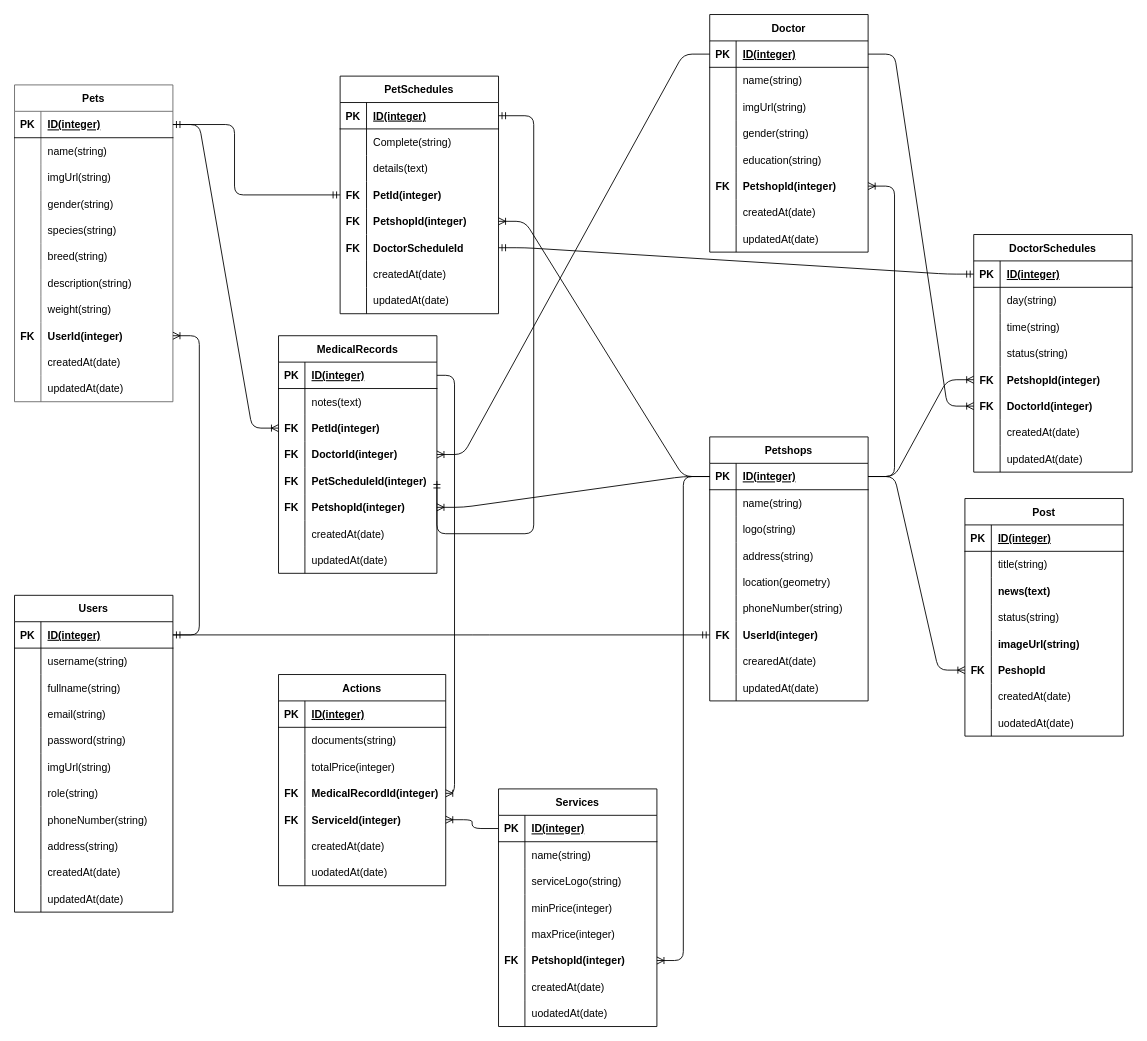
Earlier version of the draw.io diagram petPlus.drawio (Pet-Plus-Hackiv8/fsjs-t1-final-server). Source tidied: cells renumbered, new cells numbered last; positions are measured from the earlier drawing's top-left corner, leaving out a move shared by most shapes. Both pictures are drawn from the tidied source at 88%, with x=0, y=0 at pixel (14, 14).
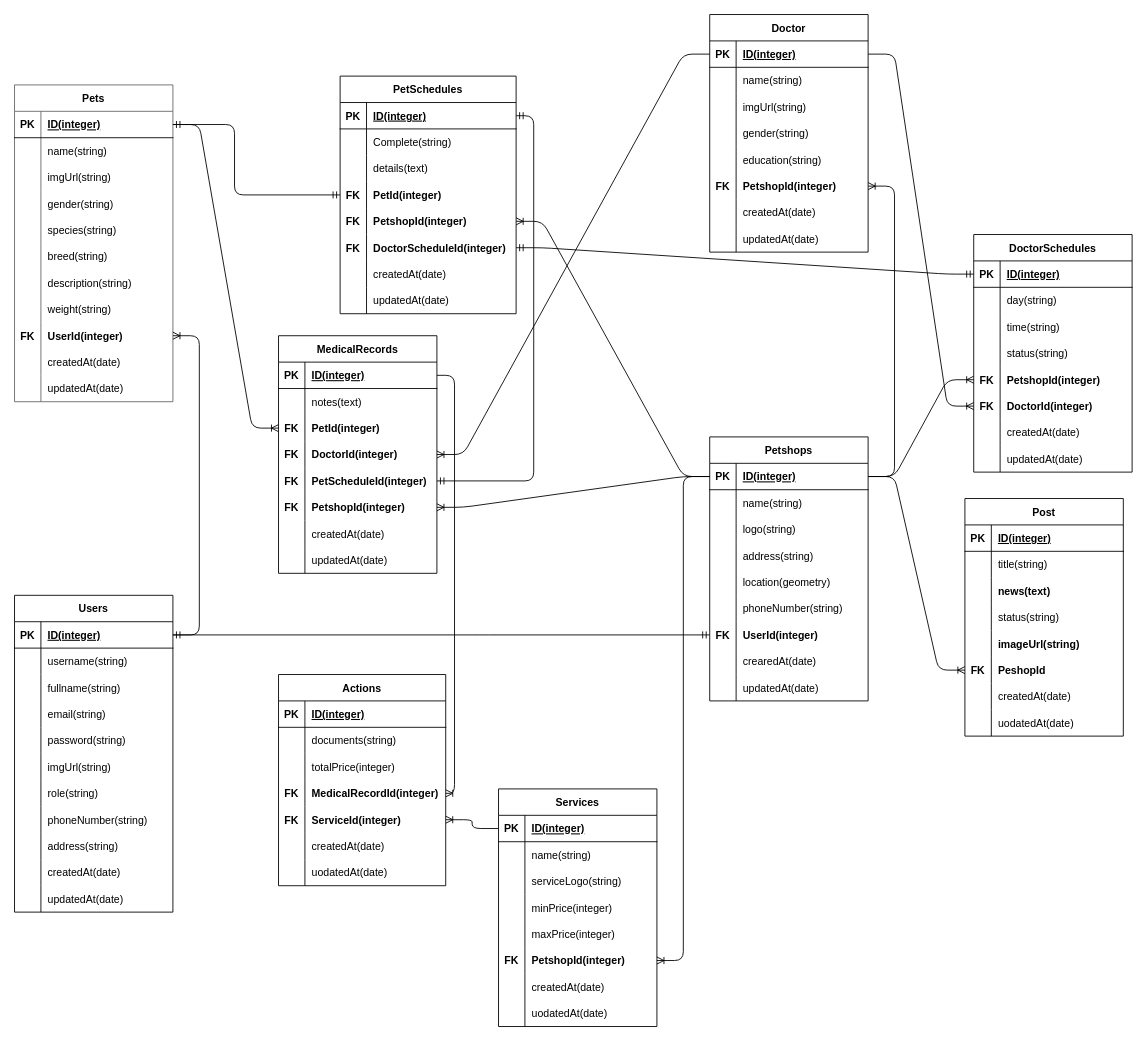
Above is the later version.

Unchanged cells that the change refers to:
```xml
<mxCell id="161" style="shape=tableRow;horizontal=0;startSize=0;swimlaneHead=0;swimlaneBody=0;fillColor=none;points=[[0,0.5],[1,0.5]];portConstraint=eastwest;top=0;left=0;right=0;bottom=0;" parent="148" vertex="1">
  <mxGeometry y="150" width="180" height="30" as="geometry" />
</mxCell>
```

Diff of the diagram source:
```diff
@@
     <mxCell id="123" value="PetSchedules" style="shape=table;startSize=30;childLayout=tableLayout;rowLines=0;fontStyle=1;align=center;" parent="1" vertex="1">
-      <mxGeometry x="370" y="70" width="180" height="270" as="geometry" />
+      <mxGeometry x="370" y="70" width="200" height="270" as="geometry" />
     </mxCell>
     <mxCell id="124" style="shape=tableRow;horizontal=0;startSize=0;swimlaneHead=0;swimlaneBody=0;fillColor=none;points=[[0,0.5],[1,0.5]];portConstraint=eastwest;top=0;left=0;right=0;bottom=1;" parent="123" vertex="1">
-      <mxGeometry y="30" width="180" height="30" as="geometry" />
+      <mxGeometry y="30" width="200" height="30" as="geometry" />
     </mxCell>
@@
     <mxCell id="126" value="ID(integer)" style="shape=partialRectangle;fillColor=none;top=0;left=0;bottom=0;right=0;align=left;spacingLeft=6;fontStyle=5;overflow=hidden;" parent="124" vertex="1">
-      <mxGeometry x="30" width="150" height="30" as="geometry" />
+      <mxGeometry x="30" width="170" height="30" as="geometry" />
     </mxCell>
     <mxCell id="127" style="shape=tableRow;horizontal=0;startSize=0;swimlaneHead=0;swimlaneBody=0;fillColor=none;top=0;left=0;right=0;bottom=0;" parent="123" vertex="1">
-      <mxGeometry y="60" width="180" height="30" as="geometry" />
+      <mxGeometry y="60" width="200" height="30" as="geometry" />
     </mxCell>
@@
     <mxCell id="129" value="Complete(string)" style="shape=partialRectangle;fillColor=none;top=0;left=0;bottom=0;right=0;align=left;spacingLeft=6;overflow=hidden;" parent="127" vertex="1">
-      <mxGeometry x="30" width="150" height="30" as="geometry" />
+      <mxGeometry x="30" width="170" height="30" as="geometry" />
     </mxCell>
     <mxCell id="130" style="shape=tableRow;horizontal=0;startSize=0;swimlaneHead=0;swimlaneBody=0;fillColor=none;top=0;left=0;right=0;bottom=0;" parent="123" vertex="1">
-      <mxGeometry y="90" width="180" height="30" as="geometry" />
+      <mxGeometry y="90" width="200" height="30" as="geometry" />
     </mxCell>
@@
     <mxCell id="132" value="details(text)" style="shape=partialRectangle;fillColor=none;top=0;left=0;bottom=0;right=0;align=left;spacingLeft=6;overflow=hidden;" parent="130" vertex="1">
-      <mxGeometry x="30" width="150" height="30" as="geometry" />
+      <mxGeometry x="30" width="170" height="30" as="geometry" />
     </mxCell>
     <mxCell id="133" style="shape=tableRow;horizontal=0;startSize=0;swimlaneHead=0;swimlaneBody=0;fillColor=none;points=[[0,0.5],[1,0.5]];portConstraint=eastwest;top=0;left=0;right=0;bottom=0;" parent="123" vertex="1">
-      <mxGeometry y="120" width="180" height="30" as="geometry" />
+      <mxGeometry y="120" width="200" height="30" as="geometry" />
     </mxCell>
@@
     <mxCell id="135" value="PetId(integer)" style="shape=partialRectangle;fillColor=none;top=0;left=0;bottom=0;right=0;align=left;spacingLeft=6;overflow=hidden;fontStyle=1;" parent="133" vertex="1">
-      <mxGeometry x="30" width="150" height="30" as="geometry" />
+      <mxGeometry x="30" width="170" height="30" as="geometry" />
     </mxCell>
     <mxCell id="136" style="shape=tableRow;horizontal=0;startSize=0;swimlaneHead=0;swimlaneBody=0;fillColor=none;points=[[0,0.5],[1,0.5]];portConstraint=eastwest;top=0;left=0;right=0;bottom=0;" parent="123" vertex="1">
-      <mxGeometry y="150" width="180" height="30" as="geometry" />
+      <mxGeometry y="150" width="200" height="30" as="geometry" />
     </mxCell>
@@
     <mxCell id="138" value="PetshopId(integer)" style="shape=partialRectangle;fillColor=none;top=0;left=0;bottom=0;right=0;align=left;spacingLeft=6;overflow=hidden;fontStyle=1;" parent="136" vertex="1">
-      <mxGeometry x="30" width="150" height="30" as="geometry" />
+      <mxGeometry x="30" width="170" height="30" as="geometry" />
     </mxCell>
     <mxCell id="139" style="shape=tableRow;horizontal=0;startSize=0;swimlaneHead=0;swimlaneBody=0;fillColor=none;points=[[0,0.5],[1,0.5]];portConstraint=eastwest;top=0;left=0;right=0;bottom=0;" parent="123" vertex="1">
-      <mxGeometry y="180" width="180" height="30" as="geometry" />
+      <mxGeometry y="180" width="200" height="30" as="geometry" />
     </mxCell>
@@
-    <mxCell id="141" value="DoctorScheduleId" style="shape=partialRectangle;fillColor=none;top=0;left=0;bottom=0;right=0;align=left;spacingLeft=6;overflow=hidden;fontStyle=1;" parent="139" vertex="1">
-      <mxGeometry x="30" width="150" height="30" as="geometry" />
+    <mxCell id="141" value="DoctorScheduleId(integer)" style="shape=partialRectangle;fillColor=none;top=0;left=0;bottom=0;right=0;align=left;spacingLeft=6;overflow=hidden;fontStyle=1;" parent="139" vertex="1">
+      <mxGeometry x="30" width="170" height="30" as="geometry" />
     </mxCell>
     <mxCell id="142" style="shape=tableRow;horizontal=0;startSize=0;swimlaneHead=0;swimlaneBody=0;fillColor=none;top=0;left=0;right=0;bottom=0;" parent="123" vertex="1">
-      <mxGeometry y="210" width="180" height="30" as="geometry" />
+      <mxGeometry y="210" width="200" height="30" as="geometry" />
     </mxCell>
@@
     <mxCell id="144" value="createdAt(date)" style="shape=partialRectangle;fillColor=none;top=0;left=0;bottom=0;right=0;align=left;spacingLeft=6;overflow=hidden;" parent="142" vertex="1">
-      <mxGeometry x="30" width="150" height="30" as="geometry" />
+      <mxGeometry x="30" width="170" height="30" as="geometry" />
     </mxCell>
     <mxCell id="145" style="shape=tableRow;horizontal=0;startSize=0;swimlaneHead=0;swimlaneBody=0;fillColor=none;top=0;left=0;right=0;bottom=0;" parent="123" vertex="1">
-      <mxGeometry y="240" width="180" height="30" as="geometry" />
+      <mxGeometry y="240" width="200" height="30" as="geometry" />
     </mxCell>
@@
     <mxCell id="147" value="updatedAt(date)" style="shape=partialRectangle;fillColor=none;top=0;left=0;bottom=0;right=0;align=left;spacingLeft=6;overflow=hidden;" parent="145" vertex="1">
-      <mxGeometry x="30" width="150" height="30" as="geometry" />
+      <mxGeometry x="30" width="170" height="30" as="geometry" />
     </mxCell>
@@
     <mxCell id="283" style="edgeStyle=orthogonalEdgeStyle;fontSize=12;html=1;endArrow=ERmandOne;startArrow=ERmandOne;exitX=1;exitY=0.5;exitDx=0;exitDy=0;entryX=1;entryY=0.5;entryDx=0;entryDy=0;" parent="1" edge="1" source="161" target="124">
       <mxGeometry relative="1" as="geometry">
         <Array as="points">
-          <mxPoint x="590" y="590" />
+          <mxPoint x="590" y="530" />
           <mxPoint x="590" y="115" />
         </Array>
       </mxGeometry>
     </mxCell>
```
